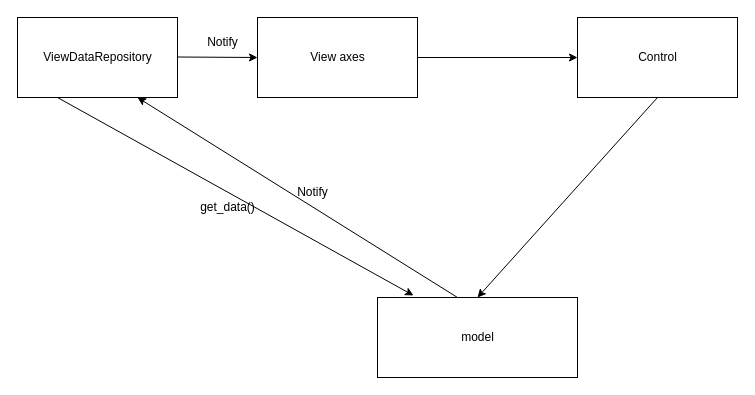
Before: page "MVC" (6 of 10) of SCANDATA2/UML_SCANDATA.drawio in lunelukkio/SCANDATA, a draw.io diagram. Source tidied: cells renumbered, new cells numbered last; positions are measured from the earlier drawing's top-left corner, leaving out a move shared by most shapes. Both pictures are drawn from the tidied source at 100%, with x=0, y=0 at pixel (17, 17).
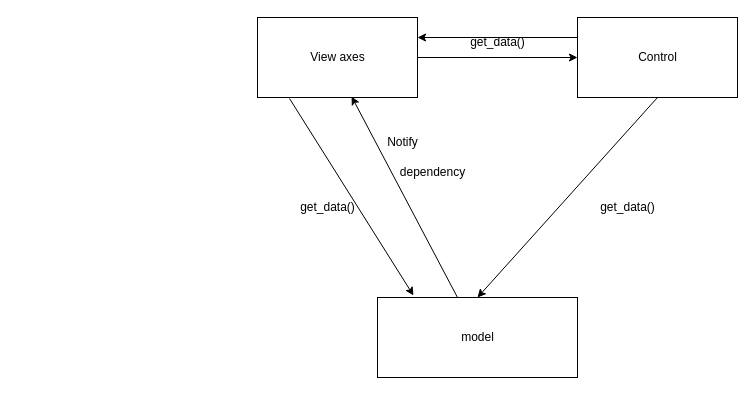
The same diagram, later.

The edit, as a diff of the source:
```diff
@@
 <mxGraphModel>
   <root>
     <mxCell id="0" />
     <mxCell id="1" parent="0" />
     <mxCell id="2" value="View axes" style="html=1;" parent="1" vertex="1">
       <mxGeometry x="240" width="160" height="80" as="geometry" />
     </mxCell>
     <mxCell id="3" value="Control" style="html=1;" parent="1" vertex="1">
       <mxGeometry x="560" width="160" height="80" as="geometry" />
     </mxCell>
     <mxCell id="4" value="model" style="html=1;" parent="1" vertex="1">
       <mxGeometry x="360" y="280" width="200" height="80" as="geometry" />
     </mxCell>
     <mxCell id="5" style="endArrow=classic;html=1;rounded=0;exitX=1;exitY=0.5;exitDx=0;exitDy=0;entryX=0;entryY=0.5;entryDx=0;entryDy=0;" parent="1" edge="1" source="2" target="3">
       <mxGeometry relative="1" as="geometry" />
     </mxCell>
     <mxCell id="6" style="endArrow=classic;html=1;rounded=0;exitX=0.5;exitY=1;exitDx=0;exitDy=0;entryX=0.5;entryY=0;entryDx=0;entryDy=0;" parent="1" edge="1" source="3" target="4">
       <mxGeometry relative="1" as="geometry" />
     </mxCell>
-    <mxCell id="7" style="endArrow=classic;html=1;rounded=0;exitX=0.4;exitY=0;exitDx=0;exitDy=0;exitPerimeter=0;entryX=0.75;entryY=1;entryDx=0;entryDy=0;" parent="1" edge="1" source="4" target="11">
+    <mxCell id="7" style="endArrow=classic;html=1;rounded=0;exitX=0.4;exitY=0;exitDx=0;exitDy=0;exitPerimeter=0;entryX=0.588;entryY=0.988;entryDx=0;entryDy=0;entryPerimeter=0;" parent="1" edge="1" source="4" target="2">
       <mxGeometry relative="1" as="geometry" />
     </mxCell>
     <mxCell id="8" value="Notify" style="text;html=1;align=center;verticalAlign=middle;strokeColor=none;fillColor=none;" parent="1" vertex="1">
-      <mxGeometry x="270" y="160" width="50" height="30" as="geometry" />
+      <mxGeometry x="360" y="110" width="50" height="30" as="geometry" />
     </mxCell>
-    <mxCell id="9" style="endArrow=classic;html=1;rounded=0;entryX=0.18;entryY=-0.025;entryDx=0;entryDy=0;entryPerimeter=0;exitX=0.25;exitY=1;exitDx=0;exitDy=0;" parent="1" edge="1" source="11" target="4">
+    <mxCell id="9" style="endArrow=classic;html=1;rounded=0;entryX=0.18;entryY=-0.025;entryDx=0;entryDy=0;entryPerimeter=0;exitX=0.2;exitY=1.013;exitDx=0;exitDy=0;exitPerimeter=0;" parent="1" edge="1" source="2" target="4">
       <mxGeometry relative="1" as="geometry" />
     </mxCell>
     <mxCell id="10" value="get_data()" style="text;html=1;align=center;verticalAlign=middle;strokeColor=none;fillColor=none;" parent="1" vertex="1">
-      <mxGeometry x="170" y="175" width="80" height="30" as="geometry" />
+      <mxGeometry x="270" y="175" width="80" height="30" as="geometry" />
     </mxCell>
-    <mxCell id="11" value="ViewDataRepository" style="html=1;" parent="1" vertex="1">
-      <mxGeometry width="160" height="80" as="geometry" />
-    </mxCell>
-    <mxCell id="12" style="endArrow=classic;html=1;rounded=0;exitX=1;exitY=0.5;exitDx=0;exitDy=0;" parent="1" edge="1">
-      <mxGeometry relative="1" as="geometry">
-        <mxPoint x="160" y="39.5" as="sourcePoint" />
-        <mxPoint x="240" y="40" as="targetPoint" />
-      </mxGeometry>
-    </mxCell>
-    <mxCell id="13" value="Notify" style="text;html=1;align=center;verticalAlign=middle;strokeColor=none;fillColor=none;" parent="1" vertex="1">
-      <mxGeometry x="180" y="10" width="50" height="30" as="geometry" />
-    </mxCell>
+    <mxCell id="14" value="get_data()" style="text;html=1;align=center;verticalAlign=middle;strokeColor=none;fillColor=none;" parent="1" vertex="1">
+      <mxGeometry x="570" y="175" width="80" height="30" as="geometry" />
+    </mxCell>
+    <mxCell id="15" style="endArrow=classic;html=1;rounded=0;exitX=0;exitY=0.25;exitDx=0;exitDy=0;entryX=1;entryY=0.25;entryDx=0;entryDy=0;" parent="1" edge="1" source="3" target="2">
+      <mxGeometry relative="1" as="geometry" />
+    </mxCell>
+    <mxCell id="16" value="get_data()" style="text;html=1;align=center;verticalAlign=middle;strokeColor=none;fillColor=none;" parent="1" vertex="1">
+      <mxGeometry x="440" y="10" width="80" height="30" as="geometry" />
+    </mxCell>
+    <mxCell id="17" value="dependency" style="text;html=1;align=center;verticalAlign=middle;strokeColor=none;fillColor=none;" parent="1" vertex="1">
+      <mxGeometry x="370" y="140" width="90" height="30" as="geometry" />
+    </mxCell>
   </root>
 </mxGraphModel>
```
